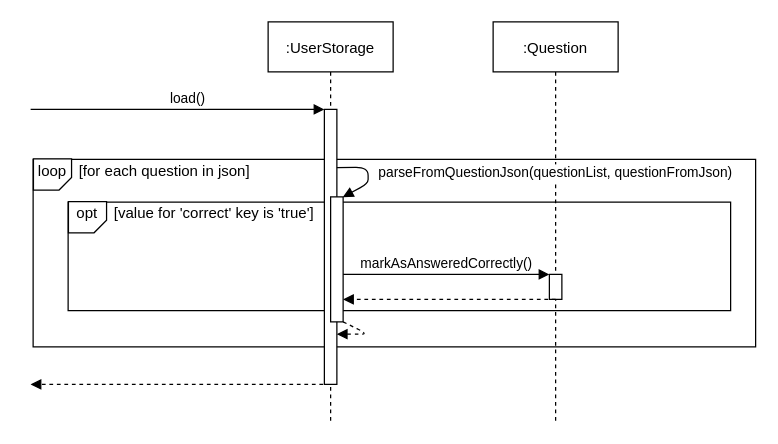
Above: docs/diagrams/UserStorage_load.drawio in nus-cs2113-AY2021S1/tp (draw.io), before the change. Source tidied: cells renumbered, new cells numbered last; positions are measured from the earlier drawing's top-left corner, leaving out a move shared by most shapes. Both pictures are drawn from the tidied source at 125%, with x=0, y=0 at pixel (30, 21).
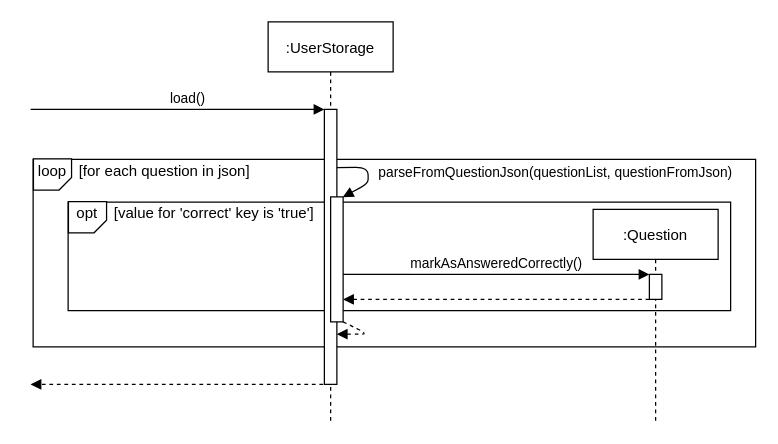
The same diagram, later.

Diff of the diagram source:
```diff
@@
     <mxCell id="9" value=":Question" style="shape=umlLifeline;perimeter=lifelinePerimeter;rounded=0;shadow=0;strokeWidth=1;" parent="1" vertex="1">
-      <mxGeometry x="370" width="100" height="320" as="geometry" />
+      <mxGeometry x="450" y="150" width="100" height="170" as="geometry" />
     </mxCell>
     <mxCell id="10" style="points=[];perimeter=orthogonalPerimeter;rounded=0;shadow=0;strokeWidth=1;" parent="9" vertex="1">
-      <mxGeometry x="45" y="202" width="10" height="20" as="geometry" />
+      <mxGeometry x="45" y="52" width="10" height="20" as="geometry" />
     </mxCell>
@@
-    <mxCell id="18" style="verticalAlign=bottom;endArrow=block;dashed=1;endSize=6;shadow=0;strokeWidth=1;endFill=1;" parent="1" edge="1">
+    <mxCell id="18" style="verticalAlign=bottom;endArrow=block;dashed=1;endSize=6;shadow=0;strokeWidth=1;endFill=1;" parent="1" edge="1" source="10">
       <mxGeometry relative="1" as="geometry">
-        <mxPoint x="420" y="222" as="sourcePoint" />
         <mxPoint x="250" y="222" as="targetPoint" />
       </mxGeometry>
     </mxCell>
```
